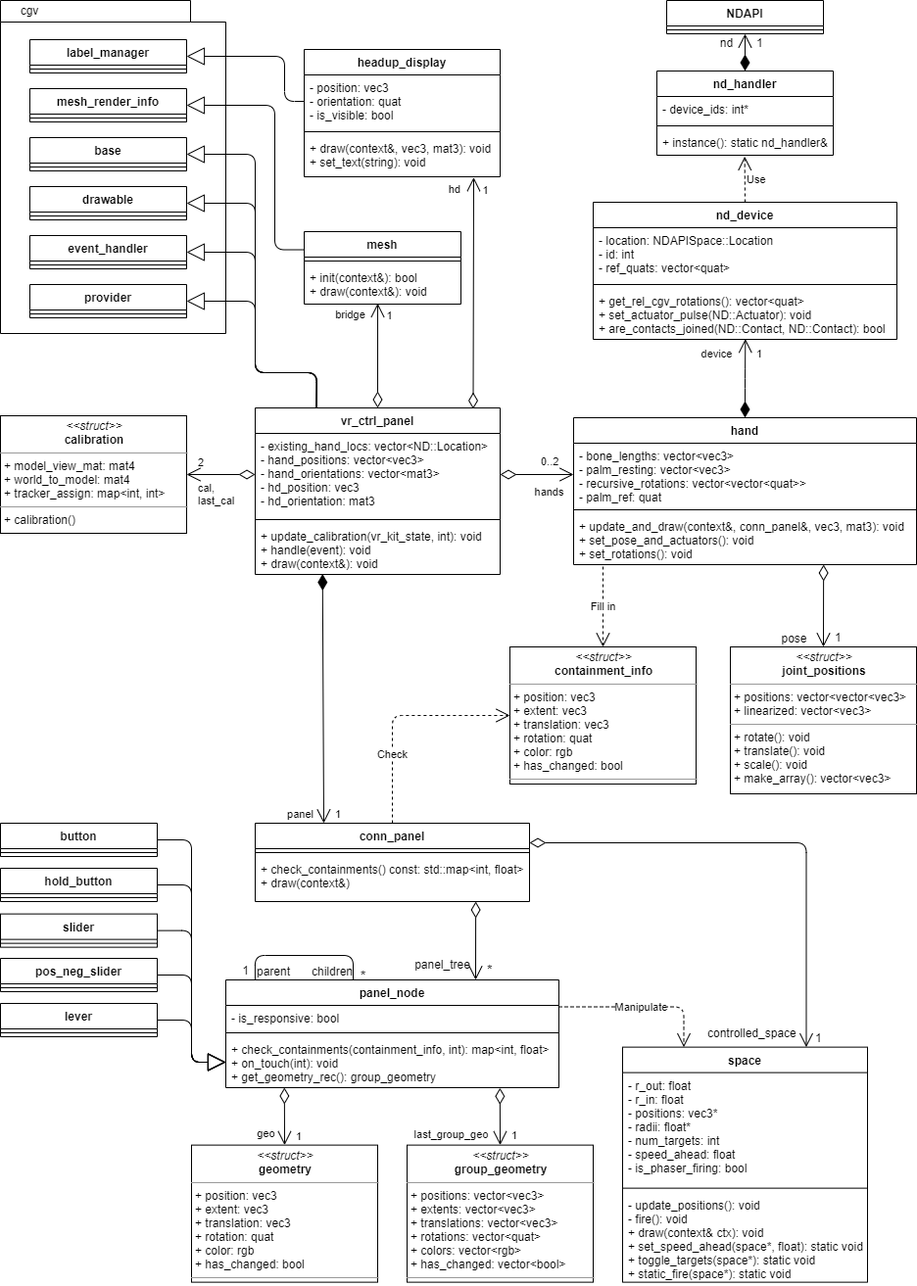
Earlier version of the draw.io export pics/uml.png (lucaswzyk/vr_ctrl_panel). Source tidied: cells renumbered, new cells last; positions are measured from the earlier drawing's top-left corner, leaving out a move shared by most shapes.
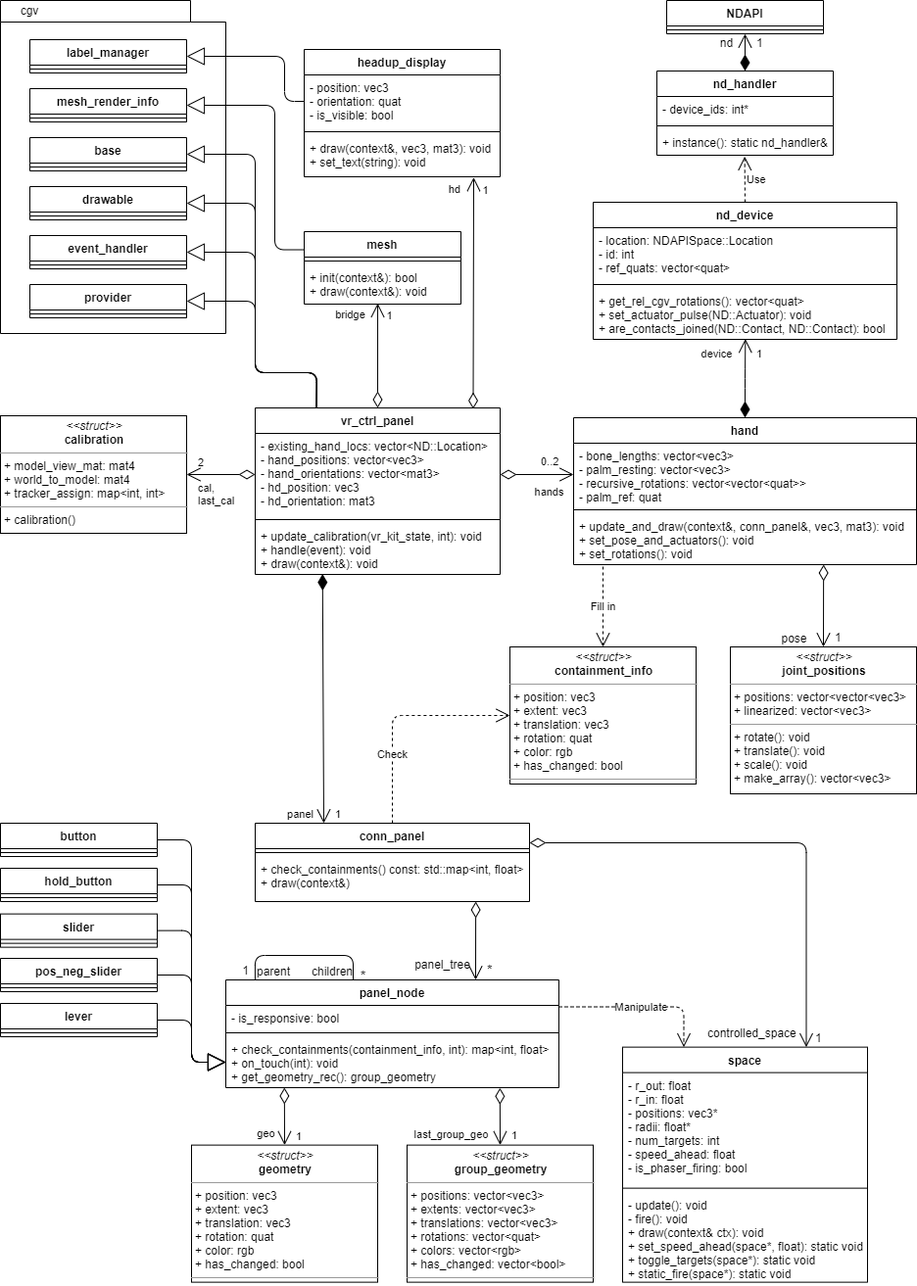
The same diagram one commit later.

Change to the diagram source:
```diff
@@ -356,7 +356,7 @@
     <mxCell id="96" style="line;strokeWidth=1;fillColor=none;align=left;verticalAlign=middle;spacingTop=-1;spacingLeft=3;spacingRight=3;labelPosition=right;" parent="94" vertex="1">
       <mxGeometry y="140" width="250" height="8" as="geometry" />
     </mxCell>
-    <mxCell id="97" value="- update_positions(): void&#10;- fire(): void&#10;+ draw(context&amp; ctx): void&#10;+ set_speed_ahead(space*, float): static void&#10;+ toggle_targets(space*): static void&#10;+ static_fire(space*): static void" style="text;strokeColor=none;fillColor=none;align=left;verticalAlign=top;spacingLeft=4;spacingRight=4;overflow=hidden;" parent="94" vertex="1">
+    <mxCell id="97" value="- update(): void&#10;- fire(): void&#10;+ draw(context&amp; ctx): void&#10;+ set_speed_ahead(space*, float): static void&#10;+ toggle_targets(space*): static void&#10;+ static_fire(space*): static void" style="text;strokeColor=none;fillColor=none;align=left;verticalAlign=top;spacingLeft=4;spacingRight=4;overflow=hidden;" parent="94" vertex="1">
       <mxGeometry y="148" width="250" height="92" as="geometry" />
     </mxCell>
     <mxCell id="98" style="endArrow=block;endSize=16;endFill=0;html=1;exitX=1;exitY=0.5;exitDx=0;exitDy=0;entryX=0;entryY=0.5;entryDx=0;entryDy=0;edgeStyle=orthogonalEdgeStyle;" parent="1" edge="1" source="104" target="93">
```
